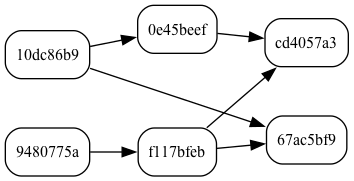
Earlier version of the Graphviz export example_output/dag_initial.png (moonstripe/task-graph). Its source is kept beside it as example_output/dag_initial.dot. The source it was exported from:
```dot
digraph G {
  rankdir=LR;
  node [shape=box, style=rounded, fontsize=12];
  0 [label="9480775a"];
  1 [label="67ac5bf9"];
  2 [label="f117bfeb"];
  3 [label="0e45beef"];
  4 [label="10dc86b9"];
  5 [label="cd4057a3"];
  0 -> 2;
  2 -> 1;
  2 -> 5;
  3 -> 5;
  4 -> 1;
  4 -> 3;
}
```
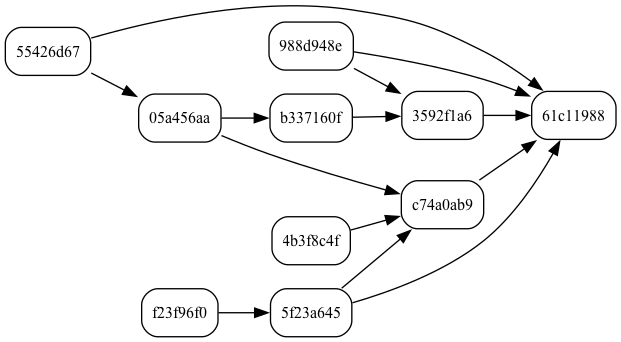
Above is the later version.

What changed in the source:
```diff
@@ -1,16 +1,27 @@
 digraph G {
   rankdir=LR;
   node [shape=box, style=rounded, fontsize=12];
-  0 [label="9480775a"];
-  1 [label="67ac5bf9"];
-  2 [label="f117bfeb"];
-  3 [label="0e45beef"];
-  4 [label="10dc86b9"];
-  5 [label="cd4057a3"];
-  0 -> 2;
-  2 -> 1;
+  0 [label="4b3f8c4f"];
+  1 [label="3592f1a6"];
+  2 [label="55426d67"];
+  3 [label="5f23a645"];
+  4 [label="f23f96f0"];
+  5 [label="61c11988"];
+  6 [label="05a456aa"];
+  7 [label="c74a0ab9"];
+  8 [label="b337160f"];
+  9 [label="988d948e"];
+  0 -> 7;
+  1 -> 5;
   2 -> 5;
+  2 -> 6;
   3 -> 5;
-  4 -> 1;
+  3 -> 7;
   4 -> 3;
+  6 -> 7;
+  6 -> 8;
+  7 -> 5;
+  8 -> 1;
+  9 -> 1;
+  9 -> 5;
 }
```
